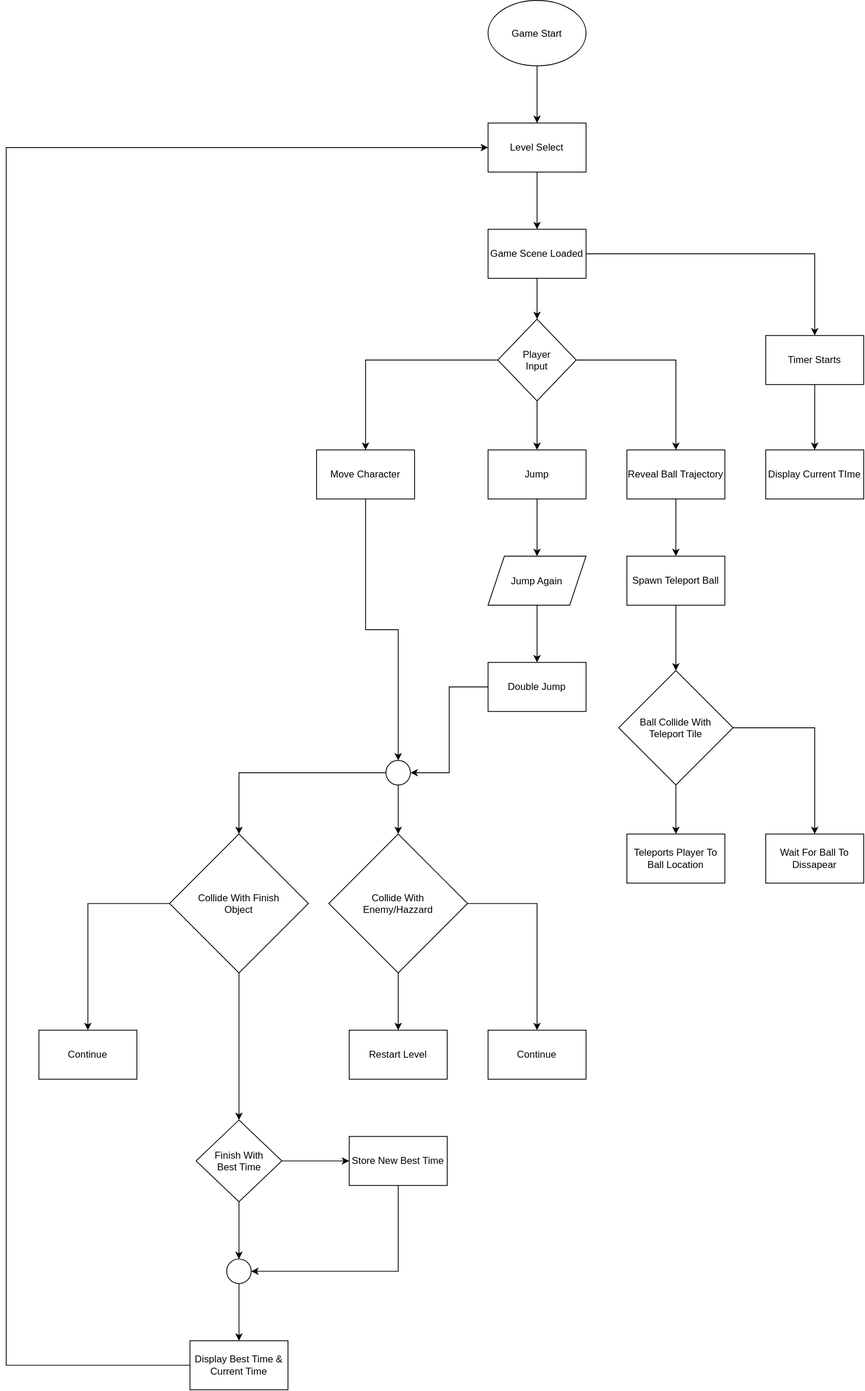
This is TP-Jumper/Images/GameFlowTPJumper.drawio.svg from Stopit-m8/TP-Jumper, a draw.io export, as it was before one commit. Source tidied: cells renumbered, new cells last; positions are measured from the earlier drawing's top-left corner, leaving out a move shared by most shapes.
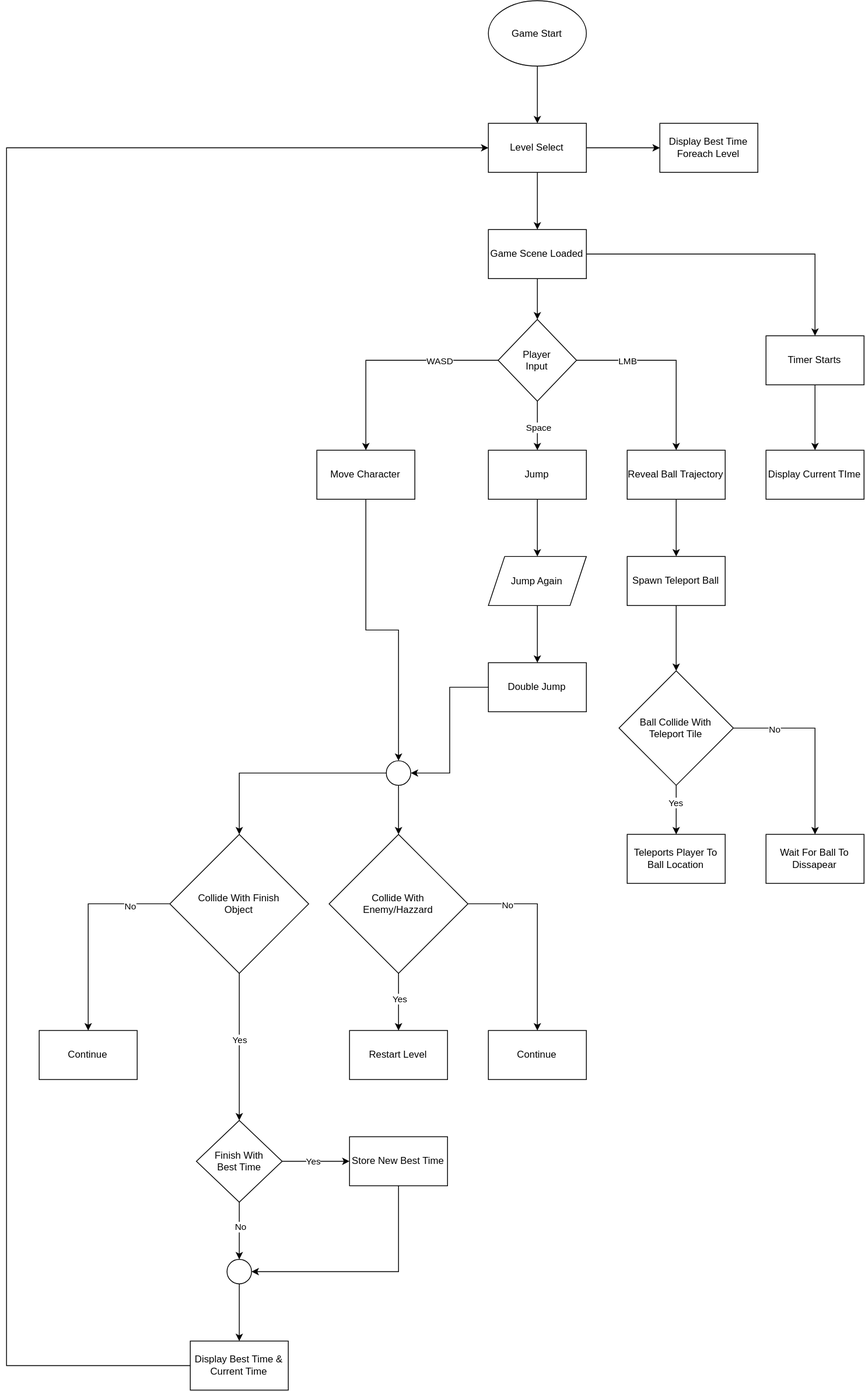
Above is the later version.

What changed in the source:
```diff
@@ -11,18 +11,36 @@
     <mxCell id="4" style="edgeStyle=orthogonalEdgeStyle;rounded=0;jettySize=auto;html=1;entryX=0.5;entryY=0;entryDx=0;entryDy=0;" parent="1" edge="1" source="5" target="41">
       <mxGeometry relative="1" as="geometry" />
     </mxCell>
+    <mxCell id="54" style="edgeStyle=orthogonalEdgeStyle;rounded=0;jettySize=auto;html=1;entryX=0;entryY=0.5;entryDx=0;entryDy=0;" parent="1" edge="1" source="5" target="66">
+      <mxGeometry relative="1" as="geometry" />
+    </mxCell>
     <mxCell id="5" value="Level Select" style="rounded=0;whiteSpace=wrap;html=1;" parent="1" vertex="1">
       <mxGeometry x="590" y="150" width="120" height="60" as="geometry" />
     </mxCell>
     <mxCell id="6" style="edgeStyle=orthogonalEdgeStyle;rounded=0;jettySize=auto;html=1;" parent="1" edge="1" source="9" target="15">
       <mxGeometry relative="1" as="geometry" />
     </mxCell>
+    <mxCell id="55" value="Space" style="edgeLabel;html=1;align=center;verticalAlign=middle;" parent="6" vertex="1">
+      <mxGeometry x="-0.36" y="1" relative="1" as="geometry">
+        <mxPoint x="-1" y="11" as="offset" />
+      </mxGeometry>
+    </mxCell>
     <mxCell id="7" style="edgeStyle=orthogonalEdgeStyle;rounded=0;jettySize=auto;html=1;" parent="1" edge="1" source="9" target="13">
       <mxGeometry relative="1" as="geometry" />
     </mxCell>
+    <mxCell id="56" value="LMB" style="edgeLabel;html=1;align=center;verticalAlign=middle;" parent="7" vertex="1">
+      <mxGeometry x="-0.48" y="3" relative="1" as="geometry">
+        <mxPoint x="1" y="3" as="offset" />
+      </mxGeometry>
+    </mxCell>
     <mxCell id="8" style="edgeStyle=orthogonalEdgeStyle;rounded=0;jettySize=auto;html=1;entryX=0.5;entryY=0;entryDx=0;entryDy=0;" parent="1" edge="1" source="9" target="11">
       <mxGeometry relative="1" as="geometry" />
     </mxCell>
+    <mxCell id="57" value="WASD" style="edgeLabel;html=1;align=center;verticalAlign=middle;" parent="8" vertex="1">
+      <mxGeometry x="-0.54" y="1" relative="1" as="geometry">
+        <mxPoint x="-10" y="-1" as="offset" />
+      </mxGeometry>
+    </mxCell>
     <mxCell id="9" value="Player Input" style="rhombus;whiteSpace=wrap;html=1;shapeInside=1;" parent="1" vertex="1">
       <mxGeometry x="602" y="390" width="96" height="100" as="geometry" />
     </mxCell>
@@ -68,9 +86,19 @@
     <mxCell id="23" style="edgeStyle=orthogonalEdgeStyle;rounded=0;jettySize=auto;html=1;entryX=0.5;entryY=0;entryDx=0;entryDy=0;" parent="1" edge="1" source="25" target="28">
       <mxGeometry relative="1" as="geometry" />
     </mxCell>
+    <mxCell id="58" value="Yes" style="edgeLabel;html=1;align=center;verticalAlign=middle;" parent="23" vertex="1">
+      <mxGeometry x="-0.11" y="-3" relative="1" as="geometry">
+        <mxPoint x="3" as="offset" />
+      </mxGeometry>
+    </mxCell>
     <mxCell id="24" style="edgeStyle=orthogonalEdgeStyle;rounded=0;jettySize=auto;html=1;" parent="1" edge="1" source="25" target="29">
       <mxGeometry relative="1" as="geometry" />
     </mxCell>
+    <mxCell id="59" value="No" style="edgeLabel;html=1;align=center;verticalAlign=middle;" parent="24" vertex="1">
+      <mxGeometry x="-0.61" y="-4" relative="1" as="geometry">
+        <mxPoint y="-4" as="offset" />
+      </mxGeometry>
+    </mxCell>
     <mxCell id="25" value="Collide With Enemy/Hazzard" style="rhombus;whiteSpace=wrap;html=1;shapeInside=1;" parent="1" vertex="1">
       <mxGeometry x="395" y="1020" width="170" height="170" as="geometry" />
     </mxCell>
@@ -89,9 +117,17 @@
     <mxCell id="30" style="edgeStyle=orthogonalEdgeStyle;rounded=0;jettySize=auto;html=1;entryX=0.5;entryY=0;entryDx=0;entryDy=0;" parent="1" edge="1" source="32" target="33">
       <mxGeometry relative="1" as="geometry" />
     </mxCell>
+    <mxCell id="60" value="Yes" style="edgeLabel;html=1;align=center;verticalAlign=middle;" parent="30" vertex="1">
+      <mxGeometry x="-0.29" y="-2" relative="1" as="geometry" />
+    </mxCell>
     <mxCell id="31" style="edgeStyle=orthogonalEdgeStyle;rounded=0;jettySize=auto;html=1;" parent="1" edge="1" source="32" target="34">
       <mxGeometry relative="1" as="geometry" />
     </mxCell>
+    <mxCell id="61" value="No" style="edgeLabel;html=1;align=center;verticalAlign=middle;" parent="31" vertex="1">
+      <mxGeometry x="-0.53" relative="1" as="geometry">
+        <mxPoint x="-4" as="offset" />
+      </mxGeometry>
+    </mxCell>
     <mxCell id="32" value="Ball Collide With Teleport Tile" style="rhombus;whiteSpace=wrap;html=1;shapeInside=1;" parent="1" vertex="1">
       <mxGeometry x="750" y="820" width="140" height="140" as="geometry" />
     </mxCell>
@@ -104,9 +140,15 @@
     <mxCell id="35" style="edgeStyle=orthogonalEdgeStyle;rounded=0;jettySize=auto;html=1;" parent="1" edge="1" source="37" target="38">
       <mxGeometry relative="1" as="geometry" />
     </mxCell>
+    <mxCell id="62" value="No" style="edgeLabel;html=1;align=center;verticalAlign=middle;" parent="35" vertex="1">
+      <mxGeometry x="-0.61" y="2" relative="1" as="geometry" />
+    </mxCell>
     <mxCell id="36" style="edgeStyle=orthogonalEdgeStyle;rounded=0;jettySize=auto;html=1;" parent="1" edge="1" source="37" target="47">
       <mxGeometry relative="1" as="geometry" />
     </mxCell>
+    <mxCell id="63" value="Yes" style="edgeLabel;html=1;align=center;verticalAlign=middle;" parent="36" vertex="1">
+      <mxGeometry x="-0.11" y="-1" relative="1" as="geometry" />
+    </mxCell>
     <mxCell id="37" value="Collide With Finish Object" style="rhombus;whiteSpace=wrap;html=1;shapeInside=1;" parent="1" vertex="1">
       <mxGeometry x="200" y="1020" width="170" height="170" as="geometry" />
     </mxCell>
@@ -134,9 +176,17 @@
     <mxCell id="45" style="edgeStyle=orthogonalEdgeStyle;rounded=0;jettySize=auto;html=1;entryX=0;entryY=0.5;entryDx=0;entryDy=0;" parent="1" edge="1" source="47" target="49">
       <mxGeometry relative="1" as="geometry" />
     </mxCell>
+    <mxCell id="64" value="Yes" style="edgeLabel;html=1;align=center;verticalAlign=middle;" parent="45" vertex="1">
+      <mxGeometry x="-0.09" y="1" relative="1" as="geometry" />
+    </mxCell>
     <mxCell id="46" style="edgeStyle=orthogonalEdgeStyle;rounded=0;jettySize=auto;html=1;" parent="1" edge="1" source="47" target="53">
       <mxGeometry relative="1" as="geometry" />
     </mxCell>
+    <mxCell id="65" value="No" style="edgeLabel;html=1;align=center;verticalAlign=middle;" parent="46" vertex="1">
+      <mxGeometry x="-0.04" y="3" relative="1" as="geometry">
+        <mxPoint x="-3" y="-4" as="offset" />
+      </mxGeometry>
+    </mxCell>
     <mxCell id="47" value="Finish With Best Time" style="rhombus;whiteSpace=wrap;html=1;shapeInside=1;" parent="1" vertex="1">
       <mxGeometry x="232.5" y="1370" width="105" height="100" as="geometry" />
     </mxCell>
@@ -167,5 +217,8 @@
     <mxCell id="53" style="ellipse;whiteSpace=wrap;html=1;shapeInside=1;" parent="1" vertex="1">
       <mxGeometry x="270" y="1540" width="30" height="30" as="geometry" />
     </mxCell>
+    <mxCell id="66" value="Display Best Time Foreach Level" style="rounded=0;whiteSpace=wrap;html=1;" parent="1" vertex="1">
+      <mxGeometry x="800" y="150" width="120" height="60" as="geometry" />
+    </mxCell>
   </root>
 </mxGraphModel>
```
